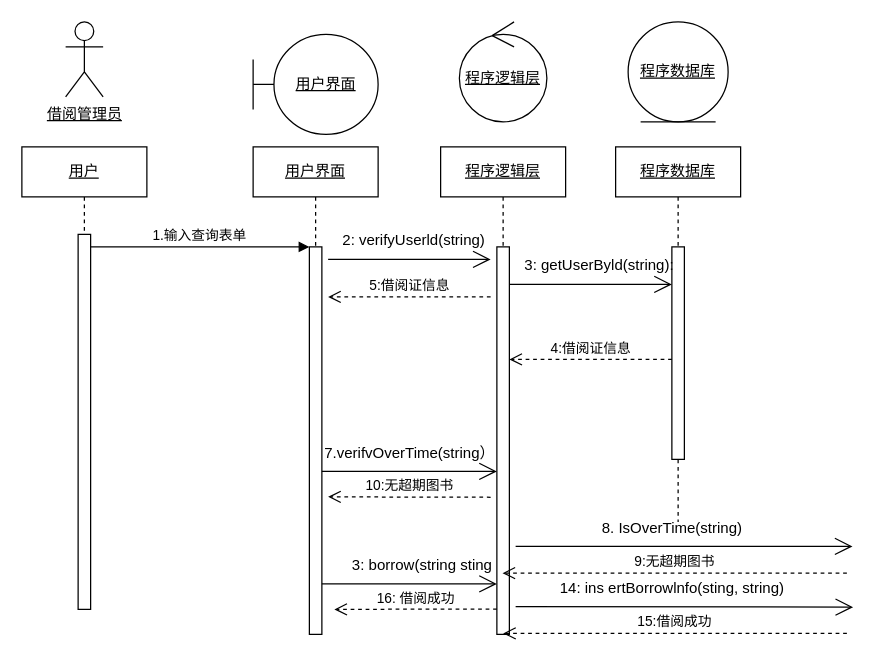
The draw.io diagram 序列图.drawio in liuyang0228/text, before the edit. Source tidied: cells renumbered, new cells numbered last; positions are measured from the earlier drawing's top-left corner, leaving out a move shared by most shapes. Both pictures are drawn from the tidied source at 125%, with x=0, y=0 at pixel (21, 21).
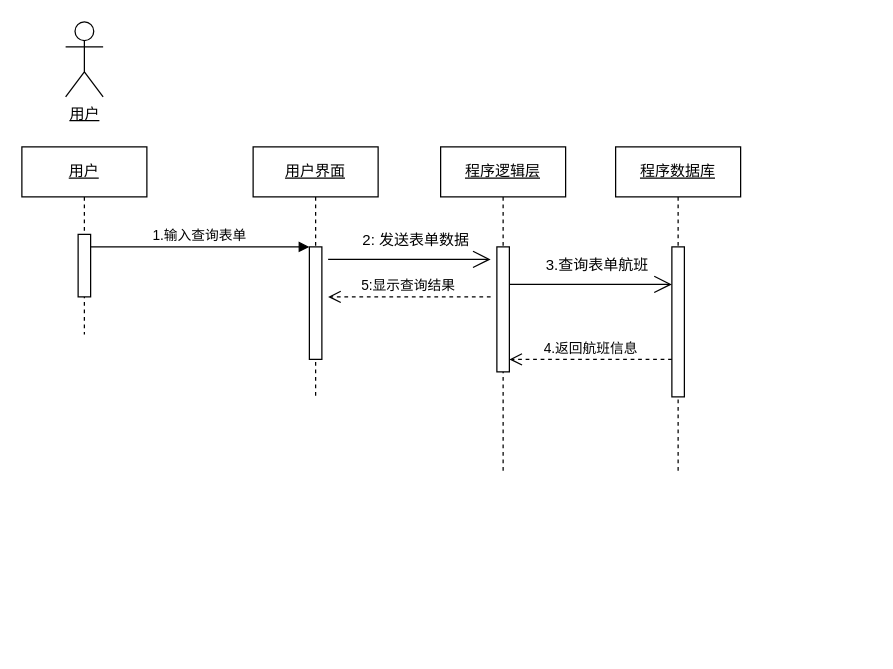
After the change.

Commit message (it also covers changes not shown here):
更新序列图.drawio

Diff of the diagram source:
```diff
@@
     <mxCell id="2" value="&lt;u&gt;用户&lt;/u&gt;" style="shape=umlLifeline;perimeter=lifelinePerimeter;whiteSpace=wrap;html=1;newEdgeStyle={&quot;edgeStyle&quot;:&quot;elbowEdgeStyle&quot;,&quot;elbow&quot;:&quot;vertical&quot;,&quot;curved&quot;:0,&quot;rounded&quot;:0};" parent="1" vertex="1">
-      <mxGeometry y="100" width="100" height="370" as="geometry" />
+      <mxGeometry y="100" width="100" height="150" as="geometry" />
     </mxCell>
     <mxCell id="3" style="html=1;points=[];perimeter=orthogonalPerimeter;outlineConnect=0;targetShapes=umlLifeline;portConstraint=eastwest;newEdgeStyle={&quot;edgeStyle&quot;:&quot;elbowEdgeStyle&quot;,&quot;elbow&quot;:&quot;vertical&quot;,&quot;curved&quot;:0,&quot;rounded&quot;:0};" parent="2" vertex="1">
-      <mxGeometry x="45" y="70" width="10" height="300" as="geometry" />
+      <mxGeometry x="45" y="70" width="10" height="50" as="geometry" />
     </mxCell>
     <mxCell id="4" value="&lt;u&gt;用户界面&lt;/u&gt;" style="shape=umlLifeline;perimeter=lifelinePerimeter;whiteSpace=wrap;html=1;newEdgeStyle={&quot;edgeStyle&quot;:&quot;elbowEdgeStyle&quot;,&quot;elbow&quot;:&quot;vertical&quot;,&quot;curved&quot;:0,&quot;rounded&quot;:0};" parent="1" vertex="1">
-      <mxGeometry x="185" y="100" width="100" height="390" as="geometry" />
+      <mxGeometry x="185" y="100" width="100" height="200" as="geometry" />
     </mxCell>
     <mxCell id="5" style="html=1;points=[];perimeter=orthogonalPerimeter;outlineConnect=0;targetShapes=umlLifeline;portConstraint=eastwest;newEdgeStyle={&quot;edgeStyle&quot;:&quot;elbowEdgeStyle&quot;,&quot;elbow&quot;:&quot;vertical&quot;,&quot;curved&quot;:0,&quot;rounded&quot;:0};" parent="4" vertex="1">
-      <mxGeometry x="45" y="80" width="10" height="310" as="geometry" />
+      <mxGeometry x="45" y="80" width="10" height="90" as="geometry" />
     </mxCell>
@@
     <mxCell id="7" value="&lt;u&gt;程序逻辑层&lt;/u&gt;" style="shape=umlLifeline;perimeter=lifelinePerimeter;whiteSpace=wrap;html=1;outlineConnect=0;portConstraint=eastwest;newEdgeStyle={&quot;edgeStyle&quot;:&quot;elbowEdgeStyle&quot;,&quot;elbow&quot;:&quot;vertical&quot;,&quot;curved&quot;:0,&quot;rounded&quot;:0};" parent="1" vertex="1">
-      <mxGeometry x="335" y="100" width="100" height="390" as="geometry" />
+      <mxGeometry x="335" y="100" width="100" height="260" as="geometry" />
     </mxCell>
     <mxCell id="8" style="html=1;perimeter=orthogonalPerimeter;targetShapes=umlLifeline;newEdgeStyle={&quot;edgeStyle&quot;:&quot;elbowEdgeStyle&quot;,&quot;elbow&quot;:&quot;vertical&quot;,&quot;curved&quot;:0,&quot;rounded&quot;:0};" parent="7" vertex="1">
-      <mxGeometry x="45" y="80" width="10" height="310" as="geometry" />
+      <mxGeometry x="45" y="80" width="10" height="100" as="geometry" />
     </mxCell>
     <mxCell id="9" value="&lt;u&gt;程序数据库&lt;/u&gt;" style="shape=umlLifeline;perimeter=lifelinePerimeter;whiteSpace=wrap;html=1;newEdgeStyle={&quot;edgeStyle&quot;:&quot;elbowEdgeStyle&quot;,&quot;elbow&quot;:&quot;vertical&quot;,&quot;curved&quot;:0,&quot;rounded&quot;:0};" parent="1" vertex="1">
-      <mxGeometry x="475" y="100" width="100" height="300" as="geometry" />
+      <mxGeometry x="475" y="100" width="100" height="260" as="geometry" />
     </mxCell>
     <mxCell id="10" style="html=1;perimeter=orthogonalPerimeter;targetShapes=umlLifeline;newEdgeStyle={&quot;edgeStyle&quot;:&quot;elbowEdgeStyle&quot;,&quot;elbow&quot;:&quot;vertical&quot;,&quot;curved&quot;:0,&quot;rounded&quot;:0};" parent="9" vertex="1">
-      <mxGeometry x="45" y="80" width="10" height="170" as="geometry" />
+      <mxGeometry x="45" y="80" width="10" height="120" as="geometry" />
     </mxCell>
@@
-    <mxCell id="12" value="&lt;u style=&quot;border-color: var(--border-color);&quot;&gt;用户界面&lt;/u&gt;" style="shape=umlBoundary;whiteSpace=wrap;html=1;" parent="1" vertex="1">
-      <mxGeometry x="185" y="10" width="100" height="80" as="geometry" />
-    </mxCell>
-    <mxCell id="13" value="&lt;u style=&quot;border-color: var(--border-color);&quot;&gt;程序逻辑层&lt;/u&gt;" style="ellipse;shape=umlControl;whiteSpace=wrap;html=1;" parent="1" vertex="1">
-      <mxGeometry x="350" width="70" height="80" as="geometry" />
-    </mxCell>
-    <mxCell id="14" value="&lt;u style=&quot;border-color: var(--border-color);&quot;&gt;程序数据库&lt;/u&gt;" style="ellipse;shape=umlEntity;whiteSpace=wrap;html=1;" parent="1" vertex="1">
-      <mxGeometry x="485" width="80" height="80" as="geometry" />
-    </mxCell>
-    <mxCell id="15" value="5:借阅证信息" style="html=1;verticalAlign=bottom;endArrow=open;dashed=1;endSize=8;edgeStyle=elbowEdgeStyle;elbow=vertical;curved=0;rounded=0;" parent="1" edge="1">
-      <mxGeometry relative="1" as="geometry">
+    <mxCell id="15" value="5:显示查询结果" style="html=1;verticalAlign=bottom;endArrow=open;dashed=1;endSize=8;edgeStyle=elbowEdgeStyle;elbow=vertical;curved=0;rounded=0;" parent="1" edge="1">
+      <mxGeometry x="0.01" relative="1" as="geometry">
         <mxPoint x="375" y="220" as="sourcePoint" />
         <mxPoint x="245" y="220.1" as="targetPoint" />
       </mxGeometry>
     </mxCell>
-    <mxCell id="16" value="4:借阅证信息" style="html=1;verticalAlign=bottom;endArrow=open;dashed=1;endSize=8;edgeStyle=elbowEdgeStyle;elbow=vertical;curved=0;rounded=0;" parent="1" edge="1">
+    <mxCell id="16" value="4.返回航班信息" style="html=1;verticalAlign=bottom;endArrow=open;dashed=1;endSize=8;edgeStyle=elbowEdgeStyle;elbow=vertical;curved=0;rounded=0;" parent="1" edge="1">
       <mxGeometry relative="1" as="geometry">
         <mxPoint x="520" y="270" as="sourcePoint" />
-        <mxPoint x="390" y="270.1" as="targetPoint" />
+        <mxPoint x="390" y="270" as="targetPoint" />
       </mxGeometry>
     </mxCell>
-    <mxCell id="17" value="&lt;u&gt;借阅管理员&lt;/u&gt;" style="shape=umlActor;verticalLabelPosition=bottom;verticalAlign=top;html=1;" parent="1" vertex="1">
+    <mxCell id="17" value="&lt;u style=&quot;border-color: var(--border-color);&quot;&gt;用户&lt;/u&gt;" style="shape=umlActor;verticalLabelPosition=bottom;verticalAlign=top;html=1;" parent="1" vertex="1">
       <mxGeometry x="35" width="30" height="60" as="geometry" />
     </mxCell>
-    <mxCell id="18" style="endArrow=open;endFill=1;endSize=12;html=1;rounded=0;" parent="1" edge="1">
-      <mxGeometry relative="1" as="geometry">
-        <mxPoint x="240" y="359.6" as="sourcePoint" />
-        <mxPoint x="380" y="359.6" as="targetPoint" />
-      </mxGeometry>
-    </mxCell>
-    <mxCell id="19" value="2: verifyUserld(string)&amp;nbsp;" style="text;html=1;align=center;verticalAlign=middle;strokeColor=none;fillColor=none;" parent="1" vertex="1">
-      <mxGeometry x="245" y="160" width="140" height="30" as="geometry" />
+    <mxCell id="19" value="2: 发送表单数据" style="text;html=1;align=center;verticalAlign=middle;strokeColor=none;fillColor=none;" parent="1" vertex="1">
+      <mxGeometry x="260" y="160" width="110" height="30" as="geometry" />
     </mxCell>
-    <mxCell id="20" value="7.verifvOverTime(string）" style="text;html=1;align=center;verticalAlign=middle;strokeColor=none;fillColor=none;" parent="1" vertex="1">
-      <mxGeometry x="230" y="329.6" width="160" height="30" as="geometry" />
-    </mxCell>
-    <mxCell id="21" value="10:无超期图书" style="html=1;verticalAlign=bottom;endArrow=open;dashed=1;endSize=8;edgeStyle=elbowEdgeStyle;elbow=vertical;curved=0;rounded=0;" parent="1" edge="1">
-      <mxGeometry relative="1" as="geometry">
-        <mxPoint x="375" y="380.3" as="sourcePoint" />
-        <mxPoint x="245" y="380.4" as="targetPoint" />
-      </mxGeometry>
-    </mxCell>
-    <mxCell id="22" value="3: borrow(string sting" style="text;html=1;align=center;verticalAlign=middle;strokeColor=none;fillColor=none;" parent="1" vertex="1">
-      <mxGeometry x="250" y="419.6" width="140" height="30" as="geometry" />
-    </mxCell>
-    <mxCell id="23" style="endArrow=open;endFill=1;endSize=12;html=1;rounded=0;" parent="1" edge="1">
-      <mxGeometry relative="1" as="geometry">
-        <mxPoint x="240" y="449.6" as="sourcePoint" />
-        <mxPoint x="380" y="449.6" as="targetPoint" />
-      </mxGeometry>
-    </mxCell>
-    <mxCell id="24" value="16: 借阅成功" style="html=1;verticalAlign=bottom;endArrow=open;dashed=1;endSize=8;edgeStyle=elbowEdgeStyle;elbow=vertical;curved=0;rounded=0;" parent="1" edge="1">
-      <mxGeometry relative="1" as="geometry">
-        <mxPoint x="380" y="469.7" as="sourcePoint" />
-        <mxPoint x="250" y="469.8" as="targetPoint" />
-      </mxGeometry>
-    </mxCell>
@@
-    <mxCell id="26" value="&amp;nbsp;3: getUserByld(string):" style="text;html=1;align=center;verticalAlign=middle;strokeColor=none;fillColor=none;" parent="1" vertex="1">
-      <mxGeometry x="385" y="180" width="150" height="30" as="geometry" />
+    <mxCell id="26" value="3.查询表单航班" style="text;html=1;align=center;verticalAlign=middle;strokeColor=none;fillColor=none;" parent="1" vertex="1">
+      <mxGeometry x="405" y="180" width="110" height="30" as="geometry" />
     </mxCell>
-    <mxCell id="27" value="8. IsOverTime(string)" style="text;html=1;align=center;verticalAlign=middle;strokeColor=none;fillColor=none;" parent="1" vertex="1">
-      <mxGeometry x="450" y="389.6" width="140" height="30" as="geometry" />
-    </mxCell>
-    <mxCell id="28" style="endArrow=open;endFill=1;endSize=12;html=1;rounded=0;" parent="1" edge="1">
-      <mxGeometry relative="1" as="geometry">
-        <mxPoint x="395" y="419.6" as="sourcePoint" />
-        <mxPoint x="664.5" y="419.6" as="targetPoint" />
-      </mxGeometry>
-    </mxCell>
-    <mxCell id="29" value="&lt;div&gt;&lt;span style=&quot;font-size: 11px;&quot;&gt;9:无超期图书&lt;/span&gt;&lt;/div&gt;" style="html=1;verticalAlign=bottom;endArrow=open;dashed=1;endSize=8;edgeStyle=elbowEdgeStyle;elbow=vertical;curved=0;rounded=0;" parent="1" edge="1" target="7">
-      <mxGeometry relative="1" as="geometry">
-        <mxPoint x="660" y="441" as="sourcePoint" />
-        <Array as="points">
-          <mxPoint x="655" y="441" />
-        </Array>
-      </mxGeometry>
-    </mxCell>
-    <mxCell id="30" value="14: ins ertBorrowlnfo(sting, string)" style="text;html=1;align=center;verticalAlign=middle;strokeColor=none;fillColor=none;" parent="1" vertex="1">
-      <mxGeometry x="420" y="437.8" width="200" height="30" as="geometry" />
-    </mxCell>
-    <mxCell id="31" style="endArrow=open;endFill=1;endSize=12;html=1;rounded=0;" parent="1" edge="1">
-      <mxGeometry relative="1" as="geometry">
-        <mxPoint x="395" y="467.8" as="sourcePoint" />
-        <mxPoint x="665" y="468.2" as="targetPoint" />
-      </mxGeometry>
-    </mxCell>
-    <mxCell id="32" value="15:借阅成功" style="html=1;verticalAlign=bottom;endArrow=open;dashed=1;endSize=8;edgeStyle=elbowEdgeStyle;elbow=vertical;curved=0;rounded=0;" parent="1" edge="1">
-      <mxGeometry relative="1" as="geometry">
-        <mxPoint x="660" y="489.2" as="sourcePoint" />
-        <mxPoint x="385" y="489.2" as="targetPoint" />
-        <Array as="points">
-          <mxPoint x="655" y="489.2" />
-        </Array>
-      </mxGeometry>
-    </mxCell>
```
